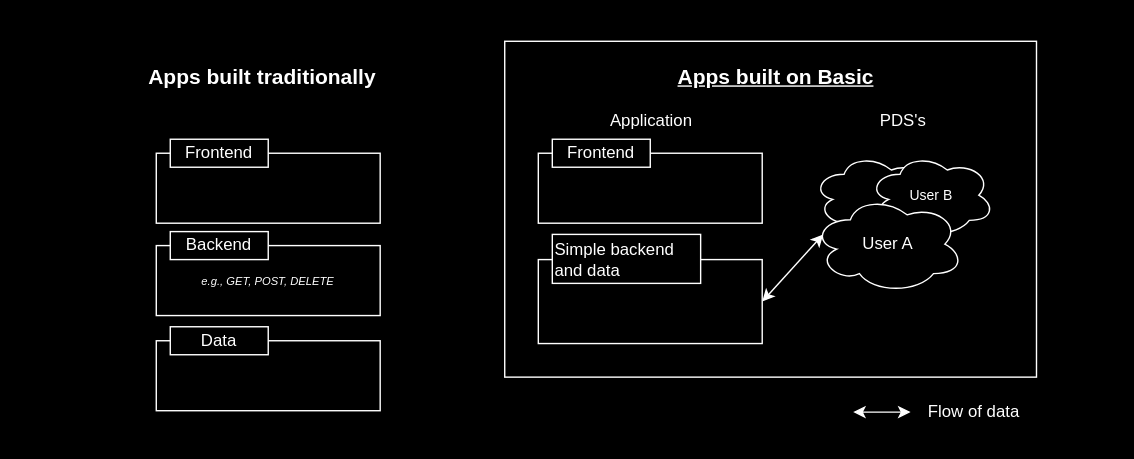
This is images/SimplerArchitecturePDS.svg from basicdb/basic-docs, a draw.io export, as it was before one commit. Source tidied: cells renumbered, new cells last; positions are measured from the earlier drawing's top-left corner, leaving out a move shared by most shapes.
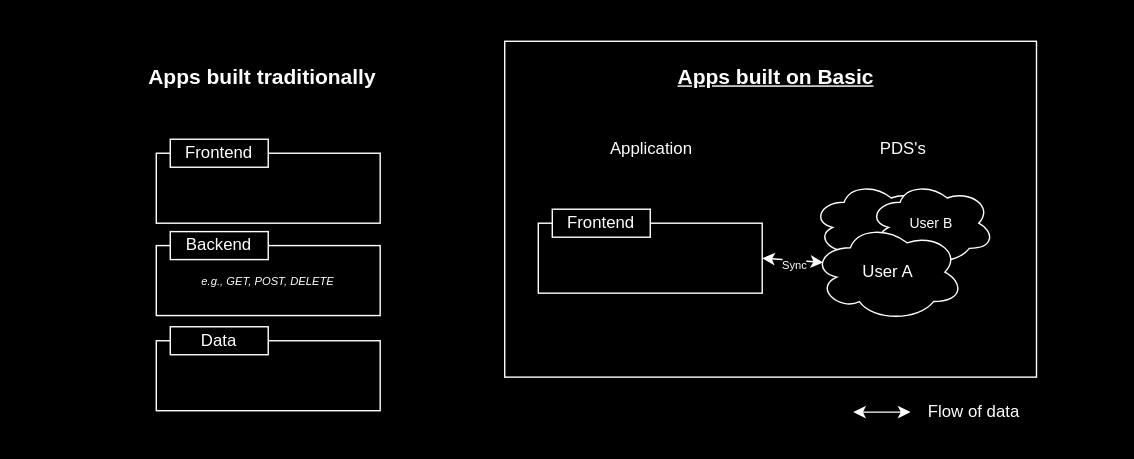
After the commit.

What changed in the source:
```diff
@@ -33,19 +33,13 @@
       <mxGeometry x="121" y="233" width="70" height="20" as="geometry" />
     </mxCell>
     <mxCell id="12" style="rounded=0;whiteSpace=wrap;html=1;" parent="1" vertex="1">
-      <mxGeometry x="384" y="109" width="160" height="50" as="geometry" />
+      <mxGeometry x="384" y="159" width="160" height="50" as="geometry" />
     </mxCell>
     <mxCell id="13" value="Frontend" style="rounded=0;whiteSpace=wrap;html=1;" parent="1" vertex="1">
-      <mxGeometry x="394" y="99" width="70" height="20" as="geometry" />
+      <mxGeometry x="394" y="149" width="70" height="20" as="geometry" />
     </mxCell>
-    <mxCell id="14" style="rounded=0;whiteSpace=wrap;html=1;" parent="1" vertex="1">
-      <mxGeometry x="384" y="185" width="160" height="60" as="geometry" />
-    </mxCell>
-    <mxCell id="15" value="Simple backend and data" style="rounded=0;whiteSpace=wrap;html=1;align=left;" parent="1" vertex="1">
-      <mxGeometry x="394" y="167" width="106" height="35" as="geometry" />
-    </mxCell>
     <mxCell id="16" style="group;" parent="1" vertex="1">
-      <mxGeometry x="580" y="109" width="130" height="100" as="geometry" />
+      <mxGeometry x="580" y="129" width="130" height="100" as="geometry" />
     </mxCell>
     <mxCell id="17" style="ellipse;shape=cloud;whiteSpace=wrap;html=1;" parent="16" vertex="1">
       <mxGeometry width="90" height="60" as="geometry" />
@@ -56,14 +50,19 @@
     <mxCell id="19" value="User A" style="ellipse;shape=cloud;whiteSpace=wrap;html=1;" parent="16" vertex="1">
       <mxGeometry y="30" width="108" height="70" as="geometry" />
     </mxCell>
-    <mxCell id="20" style="endArrow=classic;startArrow=classic;html=1;rounded=0;entryX=0.07;entryY=0.4;entryDx=0;entryDy=0;entryPerimeter=0;exitX=1;exitY=0.5;exitDx=0;exitDy=0;" parent="1" edge="1" source="14" target="19">
+    <mxCell id="20" style="endArrow=classic;startArrow=classic;html=1;rounded=0;entryX=0.07;entryY=0.4;entryDx=0;entryDy=0;entryPerimeter=0;exitX=1;exitY=0.5;exitDx=0;exitDy=0;" parent="1" edge="1" source="12" target="19">
       <mxGeometry relative="1" as="geometry" />
     </mxCell>
+    <mxCell id="27" value="&lt;font style=&quot;font-size: 8px;&quot;&gt;Sync&lt;/font&gt;" style="edgeLabel;html=1;align=center;verticalAlign=middle;" parent="20" vertex="1">
+      <mxGeometry x="-0.25" y="-1" relative="1" as="geometry">
+        <mxPoint x="6" y="1" as="offset" />
+      </mxGeometry>
+    </mxCell>
     <mxCell id="21" value="&lt;span style=&quot;font-weight: normal;&quot;&gt;&lt;font style=&quot;font-size: 12px;&quot;&gt;Application&lt;/font&gt;&lt;/span&gt;" style="text;html=1;align=center;verticalAlign=middle;whiteSpace=wrap;rounded=0;fontStyle=1;fontSize=15;" parent="1" vertex="1">
-      <mxGeometry x="390" y="69" width="150" height="30" as="geometry" />
+      <mxGeometry x="390" y="89" width="150" height="30" as="geometry" />
     </mxCell>
     <mxCell id="22" value="&lt;span style=&quot;font-weight: normal;&quot;&gt;&lt;font style=&quot;font-size: 12px;&quot;&gt;PDS's&lt;/font&gt;&lt;/span&gt;" style="text;html=1;align=center;verticalAlign=middle;whiteSpace=wrap;rounded=0;fontStyle=1;fontSize=15;" parent="1" vertex="1">
-      <mxGeometry x="570" y="69" width="150" height="30" as="geometry" />
+      <mxGeometry x="570" y="89" width="150" height="30" as="geometry" />
     </mxCell>
     <mxCell id="23" style="group;" parent="1" vertex="1">
       <mxGeometry x="609" y="279" width="131" height="30" as="geometry" />
```
